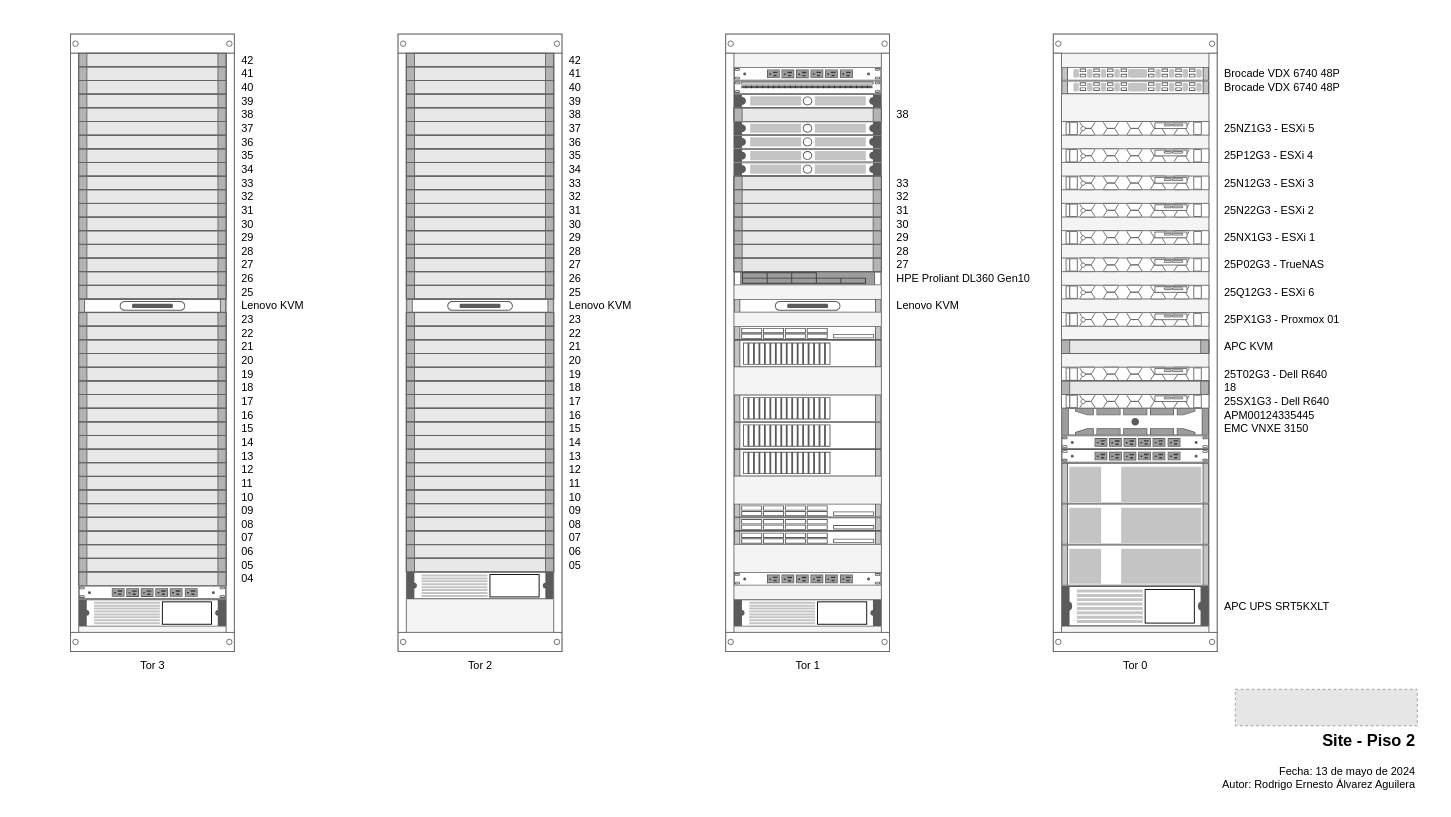
Above: page "Servidores" (1 of 3) of siteCultura.drawio in incognia/Cultura (draw.io), before the change. Source tidied: cells renumbered, new cells numbered last; positions are measured from the earlier drawing's top-left corner, leaving out a move shared by most shapes. Both pictures are drawn from the tidied source at 91%, with x=0, y=0 at pixel (70, 34). Pictures stored in the file or linked from it are replaced by grey dashed boxes.
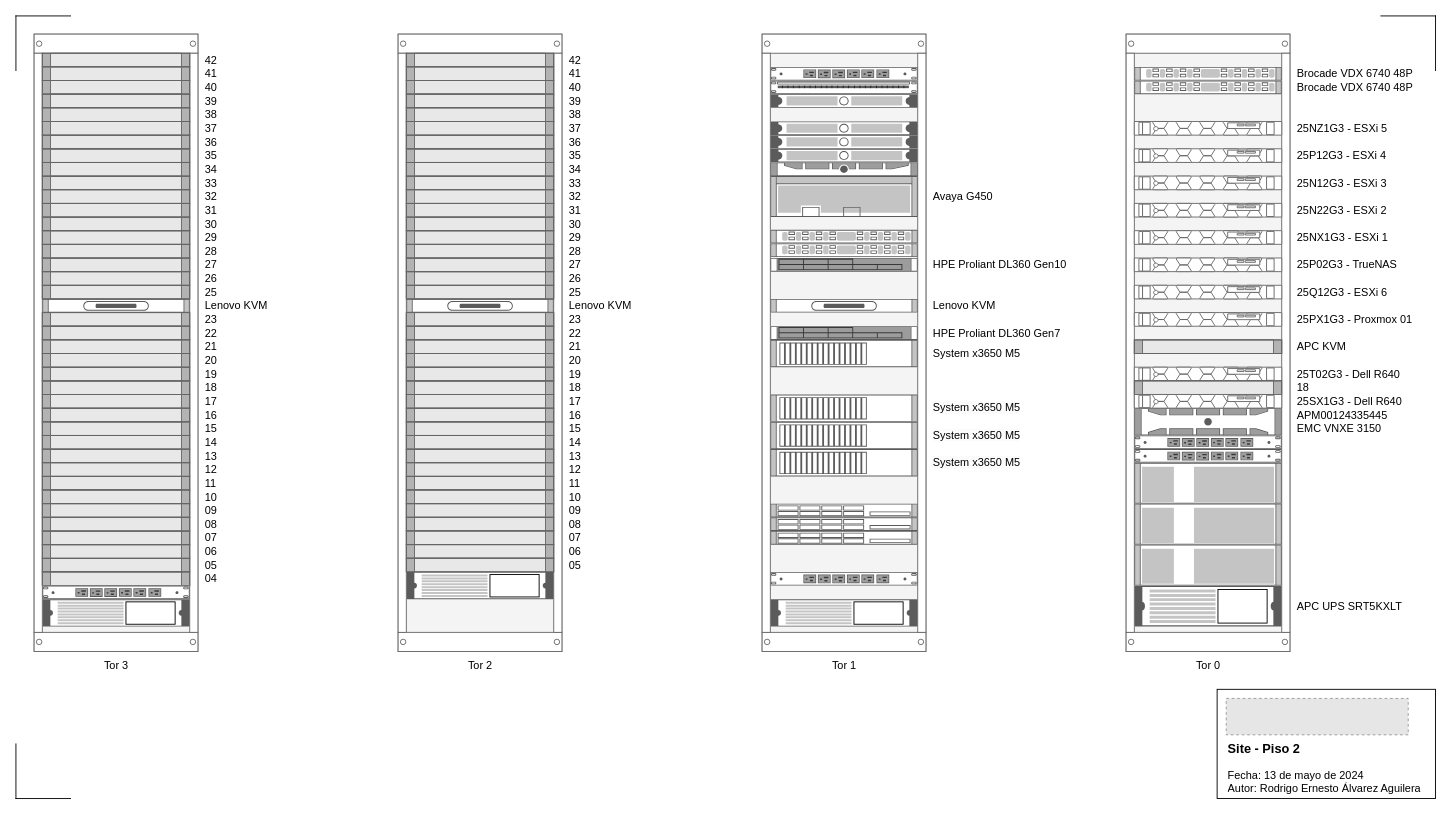
Above is the later version.

The edit, as a diff of the source:
```diff
@@
+    <mxCell id="136" style="rounded=0;whiteSpace=wrap;html=1;fillColor=none;glass=0;" parent="1" vertex="1">
+      <mxGeometry x="1260" y="720" width="240" height="120" as="geometry" />
+    </mxCell>
     <mxCell id="2" value="Tor 3" style="strokeColor=#666666;html=1;verticalLabelPosition=bottom;labelBackgroundColor=#ffffff;verticalAlign=top;shadow=0;dashed=0;shape=mxgraph.rackGeneral.rackCabinet3;fillColor2=#f4f4f4;allowGaps=1;textColor=#666666;numDisp=off;" parent="1" vertex="1">
-      <mxGeometry width="180" height="680" as="geometry" />
+      <mxGeometry x="-40" width="180" height="680" as="geometry" />
     </mxCell>
@@
     <mxCell id="84" value="Tor 1" style="strokeColor=#666666;html=1;verticalLabelPosition=bottom;labelBackgroundColor=#ffffff;verticalAlign=top;shadow=0;dashed=0;shape=mxgraph.rackGeneral.rackCabinet3;fillColor2=#f4f4f4;allowGaps=1;textColor=#666666;numDisp=off;" parent="1" vertex="1">
-      <mxGeometry x="720" width="180" height="680" as="geometry" />
+      <mxGeometry x="760" width="180" height="680" as="geometry" />
     </mxCell>
@@
-    <mxCell id="88" value="38" style="strokeColor=#666666;html=1;labelPosition=right;align=left;spacingLeft=15;shadow=0;dashed=0;shape=mxgraph.rackGeneral.plate;fillColor=#e8e8e8;" parent="84" vertex="1">
-      <mxGeometry x="9" y="81" width="162" height="15" as="geometry" />
-    </mxCell>
@@
-    <mxCell id="92" style="strokeColor=#666666;html=1;labelPosition=right;align=left;spacingLeft=15;shadow=0;dashed=0;shape=mxgraph.rack.general.1u_rack_server;" parent="84" vertex="1">
-      <mxGeometry x="9" y="141" width="162" height="15" as="geometry" />
-    </mxCell>
-    <mxCell id="93" value="33" style="strokeColor=#666666;html=1;labelPosition=right;align=left;spacingLeft=15;shadow=0;dashed=0;shape=mxgraph.rackGeneral.plate;fillColor=#e8e8e8;" parent="84" vertex="1">
-      <mxGeometry x="9" y="156" width="162" height="15" as="geometry" />
-    </mxCell>
+    <mxCell id="137" style="strokeColor=#666666;html=1;labelPosition=right;align=left;spacingLeft=15;shadow=0;dashed=0;shape=mxgraph.rack.dell.dell_poweredge_1u;" parent="84" vertex="1">
+      <mxGeometry x="9" y="141" width="162" height="15" as="geometry" />
+    </mxCell>
+    <mxCell id="138" value="Avaya G450" style="shape=mxgraph.rack.cisco.cisco_2911_integrated_services_router;html=1;labelPosition=right;align=left;spacingLeft=15;dashed=0;shadow=0;fillColor=#ffffff;" parent="84" vertex="1">
+      <mxGeometry x="9" y="156" width="162" height="45" as="geometry" />
+    </mxCell>
+    <mxCell id="139" style="shape=mxgraph.rack.cisco.cisco_nexus_3016_switch;html=1;labelPosition=right;align=left;spacingLeft=15;dashed=0;shadow=0;fillColor=#ffffff;" parent="84" vertex="1">
+      <mxGeometry x="9" y="215" width="162" height="15" as="geometry" />
+    </mxCell>
+    <mxCell id="140" style="shape=mxgraph.rack.cisco.cisco_nexus_3016_switch;html=1;labelPosition=right;align=left;spacingLeft=15;dashed=0;shadow=0;fillColor=#ffffff;" parent="84" vertex="1">
+      <mxGeometry x="9" y="230" width="162" height="15" as="geometry" />
+    </mxCell>
     <mxCell id="94" value="HPE Proliant DL360 Gen10" style="shape=mxgraph.rack.hp.hp_proliant_dl360p_g8;html=1;labelPosition=right;align=left;spacingLeft=15;dashed=0;shadow=0;fillColor=#ffffff;" parent="84" vertex="1">
-      <mxGeometry x="9" y="261" width="162" height="15" as="geometry" />
+      <mxGeometry x="9" y="246" width="162" height="15" as="geometry" />
     </mxCell>
@@
-    <mxCell id="96" value="27" style="strokeColor=#666666;html=1;labelPosition=right;align=left;spacingLeft=15;shadow=0;dashed=0;shape=mxgraph.rackGeneral.plate;fillColor=#e8e8e8;" parent="84" vertex="1">
-      <mxGeometry x="9" y="246" width="162" height="15" as="geometry" />
-    </mxCell>
-    <mxCell id="97" value="28" style="strokeColor=#666666;html=1;labelPosition=right;align=left;spacingLeft=15;shadow=0;dashed=0;shape=mxgraph.rackGeneral.plate;fillColor=#e8e8e8;" parent="84" vertex="1">
-      <mxGeometry x="9" y="231" width="162" height="15" as="geometry" />
-    </mxCell>
-    <mxCell id="98" value="29" style="strokeColor=#666666;html=1;labelPosition=right;align=left;spacingLeft=15;shadow=0;dashed=0;shape=mxgraph.rackGeneral.plate;fillColor=#e8e8e8;" parent="84" vertex="1">
-      <mxGeometry x="9" y="216" width="162" height="15" as="geometry" />
-    </mxCell>
-    <mxCell id="99" value="30" style="strokeColor=#666666;html=1;labelPosition=right;align=left;spacingLeft=15;shadow=0;dashed=0;shape=mxgraph.rackGeneral.plate;fillColor=#e8e8e8;" parent="84" vertex="1">
-      <mxGeometry x="9" y="201" width="162" height="15" as="geometry" />
-    </mxCell>
-    <mxCell id="100" value="31" style="strokeColor=#666666;html=1;labelPosition=right;align=left;spacingLeft=15;shadow=0;dashed=0;shape=mxgraph.rackGeneral.plate;fillColor=#e8e8e8;" parent="84" vertex="1">
-      <mxGeometry x="9" y="186" width="162" height="15" as="geometry" />
-    </mxCell>
-    <mxCell id="101" value="32" style="strokeColor=#666666;html=1;labelPosition=right;align=left;spacingLeft=15;shadow=0;dashed=0;shape=mxgraph.rackGeneral.plate;fillColor=#e8e8e8;" parent="84" vertex="1">
-      <mxGeometry x="9" y="171" width="162" height="15" as="geometry" />
-    </mxCell>
-    <mxCell id="102" style="shape=mxgraph.rack.ibm.ibm_x3550_m4;html=1;labelPosition=right;align=left;spacingLeft=15;dashed=0;shadow=0;fillColor=#ffffff;" parent="84" vertex="1">
-      <mxGeometry x="9" y="321" width="162" height="15" as="geometry" />
-    </mxCell>
+    <mxCell id="141" value="HPE Proliant DL360 Gen7" style="shape=mxgraph.rack.hp.hp_proliant_dl360p_g8;html=1;labelPosition=right;align=left;spacingLeft=15;dashed=0;shadow=0;fillColor=#ffffff;" parent="84" vertex="1">
+      <mxGeometry x="9" y="321" width="162" height="15" as="geometry" />
+    </mxCell>
-    <mxCell id="103" style="shape=mxgraph.rack.ibm.ibm_x3650_m4;html=1;labelPosition=right;align=left;spacingLeft=15;dashed=0;shadow=0;fillColor=#ffffff;" parent="84" vertex="1">
+    <mxCell id="103" value="System x3650 M5" style="shape=mxgraph.rack.ibm.ibm_x3650_m4;html=1;labelPosition=right;align=left;spacingLeft=15;dashed=0;shadow=0;fillColor=#ffffff;" parent="84" vertex="1">
       <mxGeometry x="9" y="336" width="162" height="30" as="geometry" />
     </mxCell>
-    <mxCell id="104" style="shape=mxgraph.rack.ibm.ibm_x3650_m4;html=1;labelPosition=right;align=left;spacingLeft=15;dashed=0;shadow=0;fillColor=#ffffff;" parent="84" vertex="1">
+    <mxCell id="104" value="&lt;span style=&quot;color: rgb(0, 0, 0); font-family: Helvetica; font-size: 12px; font-style: normal; font-variant-ligatures: normal; font-variant-caps: normal; font-weight: 400; letter-spacing: normal; orphans: 2; text-align: left; text-indent: 0px; text-transform: none; widows: 2; word-spacing: 0px; -webkit-text-stroke-width: 0px; white-space: nowrap; background-color: rgb(251, 251, 251); text-decoration-thickness: initial; text-decoration-style: initial; text-decoration-color: initial; display: inline !important; float: none;&quot;&gt;System x3650 M5&lt;/span&gt;" style="shape=mxgraph.rack.ibm.ibm_x3650_m4;html=1;labelPosition=right;align=left;spacingLeft=15;dashed=0;shadow=0;fillColor=#ffffff;" parent="84" vertex="1">
       <mxGeometry x="9" y="396" width="162" height="30" as="geometry" />
     </mxCell>
-    <mxCell id="105" style="shape=mxgraph.rack.ibm.ibm_x3650_m4;html=1;labelPosition=right;align=left;spacingLeft=15;dashed=0;shadow=0;fillColor=#ffffff;" parent="84" vertex="1">
+    <mxCell id="105" value="&lt;span style=&quot;color: rgb(0, 0, 0); font-family: Helvetica; font-size: 12px; font-style: normal; font-variant-ligatures: normal; font-variant-caps: normal; font-weight: 400; letter-spacing: normal; orphans: 2; text-align: left; text-indent: 0px; text-transform: none; widows: 2; word-spacing: 0px; -webkit-text-stroke-width: 0px; white-space: nowrap; background-color: rgb(251, 251, 251); text-decoration-thickness: initial; text-decoration-style: initial; text-decoration-color: initial; display: inline !important; float: none;&quot;&gt;System x3650 M5&lt;/span&gt;" style="shape=mxgraph.rack.ibm.ibm_x3650_m4;html=1;labelPosition=right;align=left;spacingLeft=15;dashed=0;shadow=0;fillColor=#ffffff;" parent="84" vertex="1">
       <mxGeometry x="9" y="426" width="162" height="30" as="geometry" />
     </mxCell>
-    <mxCell id="106" style="shape=mxgraph.rack.ibm.ibm_x3650_m4;html=1;labelPosition=right;align=left;spacingLeft=15;dashed=0;shadow=0;fillColor=#ffffff;" parent="84" vertex="1">
+    <mxCell id="106" value="&lt;span style=&quot;color: rgb(0, 0, 0); font-family: Helvetica; font-size: 12px; font-style: normal; font-variant-ligatures: normal; font-variant-caps: normal; font-weight: 400; letter-spacing: normal; orphans: 2; text-align: left; text-indent: 0px; text-transform: none; widows: 2; word-spacing: 0px; -webkit-text-stroke-width: 0px; white-space: nowrap; background-color: rgb(251, 251, 251); text-decoration-thickness: initial; text-decoration-style: initial; text-decoration-color: initial; display: inline !important; float: none;&quot;&gt;System x3650 M5&lt;/span&gt;" style="shape=mxgraph.rack.ibm.ibm_x3650_m4;html=1;labelPosition=right;align=left;spacingLeft=15;dashed=0;shadow=0;fillColor=#ffffff;" parent="84" vertex="1">
       <mxGeometry x="9" y="456" width="162" height="30" as="geometry" />
     </mxCell>
@@
     <mxCell id="112" value="Tor 0" style="strokeColor=#666666;html=1;verticalLabelPosition=bottom;labelBackgroundColor=#ffffff;verticalAlign=top;shadow=0;dashed=0;shape=mxgraph.rackGeneral.rackCabinet3;fillColor2=#f4f4f4;allowGaps=1;textColor=#666666;numDisp=off;" parent="1" vertex="1">
-      <mxGeometry x="1080" width="180" height="680" as="geometry" />
+      <mxGeometry x="1160" width="180" height="680" as="geometry" />
     </mxCell>
@@
-    <mxCell id="134" value="&lt;h2 style=&quot;margin-top: 0px;&quot;&gt;Site - Piso 2&lt;/h2&gt;&lt;p&gt;&lt;span style=&quot;background-color: initial;&quot;&gt;Fecha: 13 de mayo de 2024&lt;br&gt;&lt;/span&gt;&lt;span style=&quot;background-color: initial;&quot;&gt;Autor: Rodrigo Ernesto Álvarez Aguilera&lt;/span&gt;&lt;/p&gt;" style="text;html=1;whiteSpace=wrap;overflow=hidden;rounded=0;fillColor=none;align=right;" parent="1" vertex="1">
-      <mxGeometry x="1240" y="760" width="240" height="80" as="geometry" />
+    <mxCell id="134" value="&lt;h3 style=&quot;margin-top: 0px;&quot;&gt;Site - Piso 2&lt;/h3&gt;&lt;p&gt;&lt;span style=&quot;background-color: initial;&quot;&gt;Fecha: 13 de mayo de 2024&lt;br&gt;&lt;/span&gt;&lt;span style=&quot;background-color: initial;&quot;&gt;Autor: Rodrigo Ernesto Álvarez Aguilera&lt;/span&gt;&lt;/p&gt;" style="text;html=1;whiteSpace=wrap;overflow=hidden;rounded=0;fillColor=none;align=left;" parent="1" vertex="1">
+      <mxGeometry x="1270" y="770" width="220" height="70" as="geometry" />
     </mxCell>
     <mxCell id="135" style="fillColor=#E6E6E6;strokeColor=#999999;dashed=1;verticalLabelPosition=bottom;labelBackgroundColor=default;verticalAlign=top;rotation=0;" parent="1" vertex="1">
-      <mxGeometry x="1280" y="720" width="200" height="40" as="geometry" />
+      <mxGeometry x="1270" y="730" width="200" height="40" as="geometry" />
     </mxCell>
+    <mxCell id="142" style="shape=partialRectangle;whiteSpace=wrap;html=1;bottom=0;right=0;fillColor=none;" parent="1" vertex="1">
+      <mxGeometry x="-60" y="-20" width="60" height="60" as="geometry" />
+    </mxCell>
+    <mxCell id="143" style="shape=partialRectangle;whiteSpace=wrap;html=1;bottom=0;right=0;fillColor=none;rotation=-90;" parent="1" vertex="1">
+      <mxGeometry x="-60" y="780" width="60" height="60" as="geometry" />
+    </mxCell>
+    <mxCell id="144" style="shape=partialRectangle;whiteSpace=wrap;html=1;bottom=0;right=0;fillColor=none;rotation=90;" parent="1" vertex="1">
+      <mxGeometry x="1440" y="-20" width="60" height="60" as="geometry" />
+    </mxCell>
```
